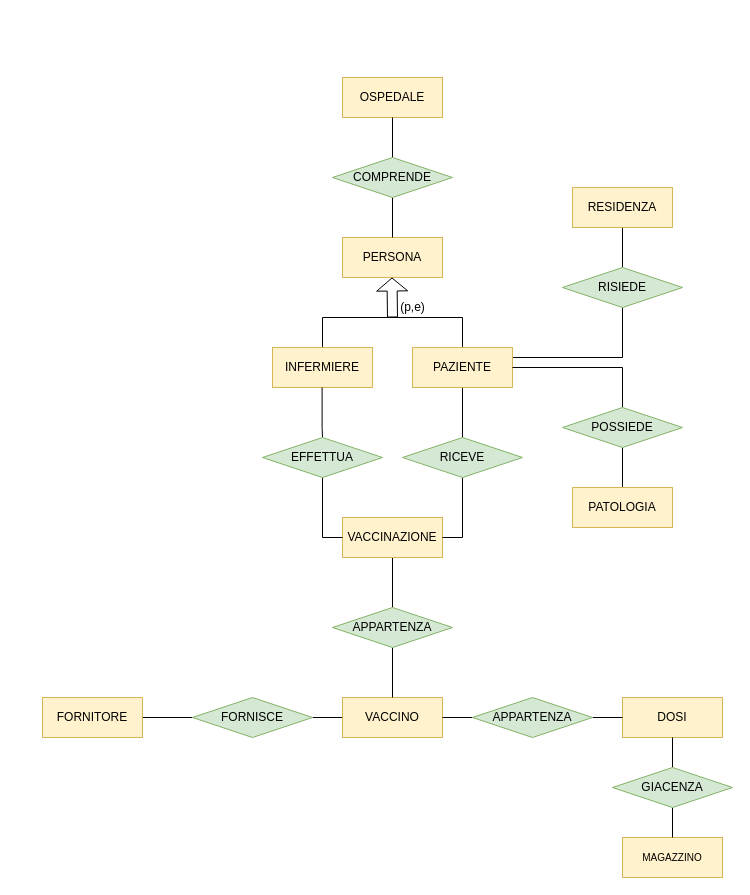
This is report/Diagrammi E-R/Schema finale.drawio from luigi-borriello00/Vaccinations-Tracker, a draw.io file, before an edit. Source tidied: cells renumbered, new cells numbered last; positions are measured from the earlier drawing's top-left corner, leaving out a move shared by most shapes. Both pictures are drawn from the tidied source at 100%, with x=0, y=0 at pixel (42, 77).
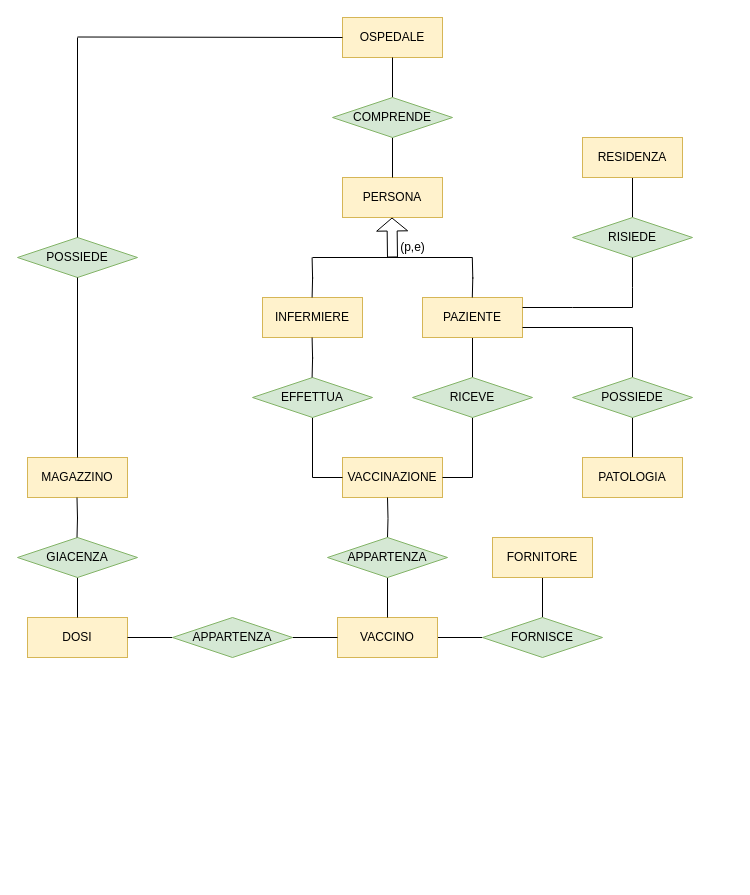
The same diagram, later.

Change to the diagram source:
```diff
@@
     <mxCell id="2" value="PERSONA" style="whiteSpace=wrap;html=1;align=center;fillColor=#fff2cc;strokeColor=#d6b656;" parent="1" vertex="1">
-      <mxGeometry x="300" y="160" width="100" height="40" as="geometry" />
+      <mxGeometry x="300" y="100" width="100" height="40" as="geometry" />
     </mxCell>
     <mxCell id="3" value="&lt;font style=&quot;font-size: 12px&quot;&gt;OSPEDALE&lt;/font&gt;" style="whiteSpace=wrap;html=1;align=center;fontSize=9;fillColor=#fff2cc;strokeColor=#d6b656;" parent="1" vertex="1">
-      <mxGeometry x="300" width="100" height="40" as="geometry" />
+      <mxGeometry x="300" y="-60" width="100" height="40" as="geometry" />
     </mxCell>
-    <mxCell id="4" style="shape=flexArrow;endArrow=classic;html=1;fontSize=9;endSize=4;" parent="1" edge="1">
-      <mxGeometry relative="1" as="geometry">
-        <mxPoint x="350" y="240" as="sourcePoint" />
-        <mxPoint x="349.5" y="200" as="targetPoint" />
-      </mxGeometry>
-    </mxCell>
-    <mxCell id="5" style="endArrow=none;html=1;fontSize=9;endSize=4;" parent="1" edge="1">
-      <mxGeometry relative="1" as="geometry">
-        <mxPoint x="280" y="240" as="sourcePoint" />
-        <mxPoint x="420" y="240" as="targetPoint" />
-      </mxGeometry>
-    </mxCell>
+    <mxCell id="45" style="shape=flexArrow;endArrow=classic;html=1;fontSize=9;endSize=4;" parent="1" edge="1">
+      <mxGeometry relative="1" as="geometry">
+        <mxPoint x="350" y="180" as="sourcePoint" />
+        <mxPoint x="349.5" y="140" as="targetPoint" />
+      </mxGeometry>
+    </mxCell>
+    <mxCell id="46" style="endArrow=none;html=1;fontSize=9;endSize=4;" parent="1" edge="1">
+      <mxGeometry relative="1" as="geometry">
+        <mxPoint x="270" y="180" as="sourcePoint" />
+        <mxPoint x="430" y="180" as="targetPoint" />
+      </mxGeometry>
+    </mxCell>
     <mxCell id="6" value="(p,e)" style="text;html=1;align=center;verticalAlign=middle;strokeColor=none;fontSize=12;" parent="1" vertex="1">
-      <mxGeometry x="350" y="220" width="40" height="20" as="geometry" />
+      <mxGeometry x="350" y="160" width="40" height="20" as="geometry" />
     </mxCell>
-    <mxCell id="7" style="endArrow=none;html=1;fontSize=12;endSize=4;" parent="1" edge="1">
-      <mxGeometry relative="1" as="geometry">
-        <mxPoint x="280" y="270" as="sourcePoint" />
-        <mxPoint x="280" y="240" as="targetPoint" />
-        <Array as="points">
-          <mxPoint x="280" y="270" />
-        </Array>
-      </mxGeometry>
-    </mxCell>
-    <mxCell id="8" style="endArrow=none;html=1;fontSize=12;endSize=4;" parent="1" edge="1">
-      <mxGeometry relative="1" as="geometry">
-        <mxPoint x="420" y="270" as="sourcePoint" />
-        <mxPoint x="420" y="240" as="targetPoint" />
-        <Array as="points">
-          <mxPoint x="420" y="270" />
-        </Array>
-      </mxGeometry>
-    </mxCell>
     <mxCell id="9" value="INFERMIERE" style="whiteSpace=wrap;html=1;align=center;fontSize=12;fillColor=#fff2cc;strokeColor=#d6b656;" parent="1" vertex="1">
-      <mxGeometry x="230" y="270" width="100" height="40" as="geometry" />
+      <mxGeometry x="220" y="220" width="100" height="40" as="geometry" />
     </mxCell>
@@
-    <mxCell id="11" style="edgeStyle=orthogonalEdgeStyle;rounded=0;jettySize=auto;html=1;exitX=0.75;exitY=0;exitDx=0;exitDy=0;endArrow=none;endFill=0;entryX=0.5;entryY=1;entryDx=0;entryDy=0;" parent="1" edge="1" source="12" target="43">
-      <mxGeometry relative="1" as="geometry">
-        <Array as="points">
-          <mxPoint x="445" y="280" />
-          <mxPoint x="580" y="280" />
-        </Array>
-      </mxGeometry>
-    </mxCell>
     <mxCell id="12" value="PAZIENTE" style="whiteSpace=wrap;html=1;align=center;fontSize=12;fillColor=#fff2cc;strokeColor=#d6b656;" parent="1" vertex="1">
-      <mxGeometry x="370" y="270" width="100" height="40" as="geometry" />
+      <mxGeometry x="380" y="220" width="100" height="40" as="geometry" />
     </mxCell>
@@
     <mxCell id="15" value="&lt;span style=&quot;font-size: 12px&quot;&gt;COMPRENDE&lt;/span&gt;" style="shape=rhombus;perimeter=rhombusPerimeter;whiteSpace=wrap;html=1;align=center;fontSize=9;fillColor=#d5e8d4;strokeColor=#82b366;" parent="1" vertex="1">
-      <mxGeometry x="290" y="80" width="120" height="40" as="geometry" />
+      <mxGeometry x="290" y="20" width="120" height="40" as="geometry" />
     </mxCell>
-    <mxCell id="16" style="edgeStyle=orthogonalEdgeStyle;rounded=0;jettySize=auto;html=1;exitX=0.5;exitY=1;exitDx=0;exitDy=0;entryX=0.5;entryY=0;entryDx=0;entryDy=0;endArrow=none;endFill=0;" parent="1" edge="1" source="17" target="30">
-      <mxGeometry relative="1" as="geometry" />
-    </mxCell>
     <mxCell id="17" value="VACCINAZIONE" style="whiteSpace=wrap;html=1;align=center;fillColor=#fff2cc;strokeColor=#d6b656;" parent="1" vertex="1">
-      <mxGeometry x="300" y="440" width="100" height="40" as="geometry" />
+      <mxGeometry x="300" y="380" width="100" height="40" as="geometry" />
     </mxCell>
-    <mxCell id="18" style="endArrow=none;html=1;rounded=0;entryX=0.5;entryY=0;entryDx=0;entryDy=0;" parent="1" edge="1" target="20">
-      <mxGeometry relative="1" as="geometry">
-        <mxPoint x="279.6" y="310" as="sourcePoint" />
-        <Array as="points">
-          <mxPoint x="279.6" y="350" />
-        </Array>
-      </mxGeometry>
-    </mxCell>
@@
     <mxCell id="20" value="EFFETTUA" style="shape=rhombus;perimeter=rhombusPerimeter;whiteSpace=wrap;html=1;align=center;fillColor=#d5e8d4;strokeColor=#82b366;" parent="1" vertex="1">
-      <mxGeometry x="220" y="360" width="120" height="40" as="geometry" />
+      <mxGeometry x="210" y="300" width="120" height="40" as="geometry" />
     </mxCell>
@@
     <mxCell id="22" value="RICEVE" style="shape=rhombus;perimeter=rhombusPerimeter;whiteSpace=wrap;html=1;align=center;fillColor=#d5e8d4;strokeColor=#82b366;" parent="1" vertex="1">
-      <mxGeometry x="360" y="360" width="120" height="40" as="geometry" />
+      <mxGeometry x="370" y="300" width="120" height="40" as="geometry" />
     </mxCell>
+    <mxCell id="47" style="edgeStyle=orthogonalEdgeStyle;rounded=0;orthogonalLoop=1;jettySize=auto;html=1;exitX=0.5;exitY=0;exitDx=0;exitDy=0;entryX=0.5;entryY=1;entryDx=0;entryDy=0;fontSize=9;startArrow=none;startFill=0;endArrow=none;endFill=0;endSize=4;" parent="1" edge="1">
+      <mxGeometry relative="1" as="geometry">
+        <mxPoint x="269.6" y="220" as="sourcePoint" />
+        <mxPoint x="269.6" y="180" as="targetPoint" />
+      </mxGeometry>
+    </mxCell>
+    <mxCell id="48" style="edgeStyle=orthogonalEdgeStyle;rounded=0;orthogonalLoop=1;jettySize=auto;html=1;exitX=0.5;exitY=0;exitDx=0;exitDy=0;entryX=0.5;entryY=1;entryDx=0;entryDy=0;fontSize=9;startArrow=none;startFill=0;endArrow=none;endFill=0;endSize=4;" parent="1" edge="1">
+      <mxGeometry relative="1" as="geometry">
+        <mxPoint x="429.8" y="220" as="sourcePoint" />
+        <mxPoint x="429.8" y="180" as="targetPoint" />
+      </mxGeometry>
+    </mxCell>
+    <mxCell id="49" style="edgeStyle=orthogonalEdgeStyle;rounded=0;orthogonalLoop=1;jettySize=auto;html=1;exitX=0.5;exitY=0;exitDx=0;exitDy=0;entryX=0.5;entryY=1;entryDx=0;entryDy=0;fontSize=9;startArrow=none;startFill=0;endArrow=none;endFill=0;endSize=4;" parent="1" edge="1">
+      <mxGeometry relative="1" as="geometry">
+        <mxPoint x="269.6" y="300" as="sourcePoint" />
+        <mxPoint x="269.6" y="260" as="targetPoint" />
+      </mxGeometry>
+    </mxCell>
+    <mxCell id="50" style="edgeStyle=orthogonalEdgeStyle;rounded=0;jettySize=auto;html=1;exitX=0.5;exitY=1;exitDx=0;exitDy=0;entryX=0.5;entryY=0;entryDx=0;entryDy=0;endArrow=none;endFill=0;" parent="1" edge="1" target="52">
+      <mxGeometry relative="1" as="geometry">
+        <mxPoint x="345" y="420" as="sourcePoint" />
+      </mxGeometry>
+    </mxCell>
@@
     <mxCell id="24" value="&lt;font style=&quot;font-size: 12px&quot;&gt;VACCINO&lt;/font&gt;" style="whiteSpace=wrap;html=1;align=center;fontSize=9;fillColor=#fff2cc;strokeColor=#d6b656;" parent="1" vertex="1">
-      <mxGeometry x="300" y="620" width="100" height="40" as="geometry" />
+      <mxGeometry x="295" y="540" width="100" height="40" as="geometry" />
     </mxCell>
@@
     <mxCell id="26" value="&lt;font style=&quot;font-size: 12px&quot;&gt;FORNITORE&lt;/font&gt;" style="whiteSpace=wrap;html=1;align=center;fontSize=9;fillColor=#fff2cc;strokeColor=#d6b656;" parent="1" vertex="1">
-      <mxGeometry y="620" width="100" height="40" as="geometry" />
+      <mxGeometry x="450" y="460" width="100" height="40" as="geometry" />
     </mxCell>
-    <mxCell id="27" value="&lt;font size=&quot;1&quot;&gt;MAGAZZINO&lt;/font&gt;" style="whiteSpace=wrap;html=1;align=center;fontSize=9;fillColor=#fff2cc;strokeColor=#d6b656;" parent="1" vertex="1">
-      <mxGeometry x="580" y="760" width="100" height="40" as="geometry" />
+    <mxCell id="27" value="&lt;font style=&quot;font-size: 12px&quot;&gt;MAGAZZINO&lt;/font&gt;" style="whiteSpace=wrap;html=1;align=center;fontSize=9;fillColor=#fff2cc;strokeColor=#d6b656;" parent="1" vertex="1">
+      <mxGeometry x="-15" y="380" width="100" height="40" as="geometry" />
     </mxCell>
     <mxCell id="28" value="DOSI" style="whiteSpace=wrap;html=1;align=center;fillColor=#fff2cc;strokeColor=#d6b656;" parent="1" vertex="1">
-      <mxGeometry x="580" y="620" width="100" height="40" as="geometry" />
+      <mxGeometry x="-15" y="540" width="100" height="40" as="geometry" />
     </mxCell>
-    <mxCell id="29" style="edgeStyle=orthogonalEdgeStyle;rounded=0;jettySize=auto;html=1;endArrow=none;endFill=0;" parent="1" edge="1" source="30" target="24">
-      <mxGeometry relative="1" as="geometry" />
-    </mxCell>
-    <mxCell id="30" value="APPARTENZA" style="shape=rhombus;perimeter=rhombusPerimeter;whiteSpace=wrap;html=1;align=center;fillColor=#d5e8d4;strokeColor=#82b366;" parent="1" vertex="1">
-      <mxGeometry x="290" y="530" width="120" height="40" as="geometry" />
-    </mxCell>
+    <mxCell id="51" style="edgeStyle=orthogonalEdgeStyle;rounded=0;jettySize=auto;html=1;endArrow=none;endFill=0;" parent="1" edge="1" source="52" target="24">
+      <mxGeometry relative="1" as="geometry" />
+    </mxCell>
+    <mxCell id="52" value="APPARTENZA" style="shape=rhombus;perimeter=rhombusPerimeter;whiteSpace=wrap;html=1;align=center;fillColor=#d5e8d4;strokeColor=#82b366;" parent="1" vertex="1">
+      <mxGeometry x="285" y="460" width="120" height="40" as="geometry" />
+    </mxCell>
     <mxCell id="31" value="FORNISCE" style="shape=rhombus;perimeter=rhombusPerimeter;whiteSpace=wrap;html=1;align=center;fillColor=#d5e8d4;strokeColor=#82b366;" parent="1" vertex="1">
-      <mxGeometry x="150" y="620" width="120" height="40" as="geometry" />
+      <mxGeometry x="440" y="540" width="120" height="40" as="geometry" />
     </mxCell>
-    <mxCell id="32" style="edgeStyle=orthogonalEdgeStyle;rounded=0;jettySize=auto;html=1;endArrow=none;endFill=0;" parent="1" edge="1" source="34" target="28">
-      <mxGeometry relative="1" as="geometry" />
-    </mxCell>
-    <mxCell id="33" style="edgeStyle=orthogonalEdgeStyle;rounded=0;jettySize=auto;html=1;endArrow=none;endFill=0;" parent="1" edge="1" source="34" target="24">
-      <mxGeometry relative="1" as="geometry" />
-    </mxCell>
-    <mxCell id="34" value="APPARTENZA" style="shape=rhombus;perimeter=rhombusPerimeter;whiteSpace=wrap;html=1;align=center;fillColor=#d5e8d4;strokeColor=#82b366;" parent="1" vertex="1">
-      <mxGeometry x="430" y="620" width="120" height="40" as="geometry" />
-    </mxCell>
-    <mxCell id="35" style="edgeStyle=orthogonalEdgeStyle;rounded=0;jettySize=auto;html=1;endArrow=none;endFill=0;" parent="1" edge="1" source="37" target="27">
-      <mxGeometry relative="1" as="geometry" />
-    </mxCell>
+    <mxCell id="53" style="edgeStyle=orthogonalEdgeStyle;rounded=0;jettySize=auto;html=1;endArrow=none;endFill=0;" parent="1" edge="1" source="55" target="28">
+      <mxGeometry relative="1" as="geometry" />
+    </mxCell>
+    <mxCell id="54" style="edgeStyle=orthogonalEdgeStyle;rounded=0;jettySize=auto;html=1;endArrow=none;endFill=0;" parent="1" edge="1" source="55" target="24">
+      <mxGeometry relative="1" as="geometry" />
+    </mxCell>
+    <mxCell id="55" value="APPARTENZA" style="shape=rhombus;perimeter=rhombusPerimeter;whiteSpace=wrap;html=1;align=center;fillColor=#d5e8d4;strokeColor=#82b366;" parent="1" vertex="1">
+      <mxGeometry x="130" y="540" width="120" height="40" as="geometry" />
+    </mxCell>
@@
     <mxCell id="37" value="GIACENZA" style="shape=rhombus;perimeter=rhombusPerimeter;whiteSpace=wrap;html=1;align=center;fillColor=#d5e8d4;strokeColor=#82b366;" parent="1" vertex="1">
-      <mxGeometry x="570" y="690" width="120" height="40" as="geometry" />
+      <mxGeometry x="-25" y="460" width="120" height="40" as="geometry" />
     </mxCell>
@@
-    <mxCell id="39" style="edgeStyle=orthogonalEdgeStyle;rounded=0;jettySize=auto;html=1;endArrow=none;endFill=0;" parent="1" edge="1" source="40" target="12">
-      <mxGeometry relative="1" as="geometry">
-        <Array as="points">
-          <mxPoint x="580" y="290" />
-        </Array>
-      </mxGeometry>
-    </mxCell>
+    <mxCell id="56" style="edgeStyle=orthogonalEdgeStyle;rounded=0;jettySize=auto;html=1;endArrow=none;endFill=0;" parent="1" edge="1" source="40">
+      <mxGeometry relative="1" as="geometry">
+        <mxPoint x="480" y="250" as="targetPoint" />
+        <Array as="points">
+          <mxPoint x="590" y="250" />
+        </Array>
+      </mxGeometry>
+    </mxCell>
     <mxCell id="40" value="POSSIEDE" style="shape=rhombus;perimeter=rhombusPerimeter;whiteSpace=wrap;html=1;align=center;fillColor=#d5e8d4;strokeColor=#82b366;" parent="1" vertex="1">
-      <mxGeometry x="520" y="330" width="120" height="40" as="geometry" />
+      <mxGeometry x="530" y="300" width="120" height="40" as="geometry" />
     </mxCell>
     <mxCell id="41" value="PATOLOGIA" style="whiteSpace=wrap;html=1;align=center;fontSize=12;fillColor=#fff2cc;strokeColor=#d6b656;" parent="1" vertex="1">
-      <mxGeometry x="530" y="410" width="100" height="40" as="geometry" />
+      <mxGeometry x="540" y="380" width="100" height="40" as="geometry" />
     </mxCell>
@@
     <mxCell id="43" value="RISIEDE" style="shape=rhombus;perimeter=rhombusPerimeter;whiteSpace=wrap;html=1;align=center;fillColor=#d5e8d4;strokeColor=#82b366;" parent="1" vertex="1">
-      <mxGeometry x="520" y="190" width="120" height="40" as="geometry" />
+      <mxGeometry x="530" y="140" width="120" height="40" as="geometry" />
     </mxCell>
     <mxCell id="44" value="RESIDENZA" style="whiteSpace=wrap;html=1;align=center;fontSize=12;fillColor=#fff2cc;strokeColor=#d6b656;" parent="1" vertex="1">
-      <mxGeometry x="530" y="110" width="100" height="40" as="geometry" />
+      <mxGeometry x="540" y="60" width="100" height="40" as="geometry" />
     </mxCell>
+    <mxCell id="57" style="edgeStyle=orthogonalEdgeStyle;rounded=0;orthogonalLoop=1;jettySize=auto;html=1;fontSize=9;startArrow=none;startFill=0;endArrow=none;endFill=0;endSize=4;" parent="1" edge="1">
+      <mxGeometry relative="1" as="geometry">
+        <mxPoint x="590" y="230" as="sourcePoint" />
+        <mxPoint x="590" y="180" as="targetPoint" />
+        <Array as="points">
+          <mxPoint x="590" y="210" />
+          <mxPoint x="590" y="210" />
+        </Array>
+      </mxGeometry>
+    </mxCell>
+    <mxCell id="58" style="edgeStyle=orthogonalEdgeStyle;rounded=0;orthogonalLoop=1;jettySize=auto;html=1;fontSize=9;startArrow=none;startFill=0;endArrow=none;endFill=0;endSize=4;" parent="1" edge="1">
+      <mxGeometry relative="1" as="geometry">
+        <mxPoint x="480" y="230" as="sourcePoint" />
+        <mxPoint x="590" y="230" as="targetPoint" />
+        <Array as="points">
+          <mxPoint x="530" y="230" />
+          <mxPoint x="530" y="230" />
+        </Array>
+      </mxGeometry>
+    </mxCell>
+    <mxCell id="59" value="&lt;span style=&quot;font-size: 12px&quot;&gt;POSSIEDE&lt;/span&gt;" style="shape=rhombus;perimeter=rhombusPerimeter;whiteSpace=wrap;html=1;align=center;fontSize=9;fillColor=#d5e8d4;strokeColor=#82b366;" parent="1" vertex="1">
+      <mxGeometry x="-25" y="160" width="120" height="40" as="geometry" />
+    </mxCell>
+    <mxCell id="60" style="endArrow=none;html=1;exitX=0.5;exitY=0;exitDx=0;exitDy=0;" parent="1" edge="1" source="59">
+      <mxGeometry relative="1" as="geometry">
+        <mxPoint x="35" y="-40" as="targetPoint" />
+      </mxGeometry>
+    </mxCell>
+    <mxCell id="61" style="endArrow=none;html=1;" parent="1" edge="1">
+      <mxGeometry relative="1" as="geometry">
+        <mxPoint x="35" y="-40.5" as="sourcePoint" />
+        <mxPoint x="300" y="-40" as="targetPoint" />
+      </mxGeometry>
+    </mxCell>
+    <mxCell id="62" style="endArrow=none;html=1;entryX=0.5;entryY=0;entryDx=0;entryDy=0;" parent="1" edge="1" target="27">
+      <mxGeometry relative="1" as="geometry">
+        <mxPoint x="35" y="200" as="sourcePoint" />
+      </mxGeometry>
+    </mxCell>
+    <mxCell id="63" style="edgeStyle=orthogonalEdgeStyle;rounded=0;orthogonalLoop=1;jettySize=auto;html=1;endArrow=none;endFill=0;" parent="1" edge="1">
+      <mxGeometry relative="1" as="geometry">
+        <mxPoint x="34.5" y="420" as="sourcePoint" />
+        <mxPoint x="34.5" y="460" as="targetPoint" />
+      </mxGeometry>
+    </mxCell>
```
